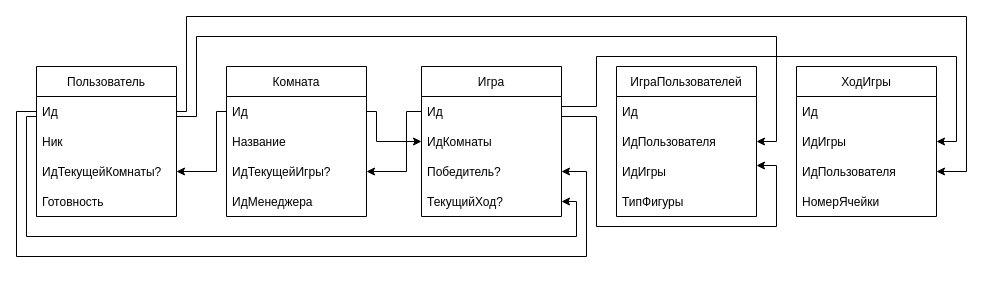
Earlier version of the draw.io diagram XOgame.drawio (chuvakov/Xogame). Source tidied: cells renumbered, new cells numbered last; positions are measured from the earlier drawing's top-left corner, leaving out a move shared by most shapes. Both pictures are drawn from the tidied source at 100%, with x=0, y=0 at pixel (16, 16).
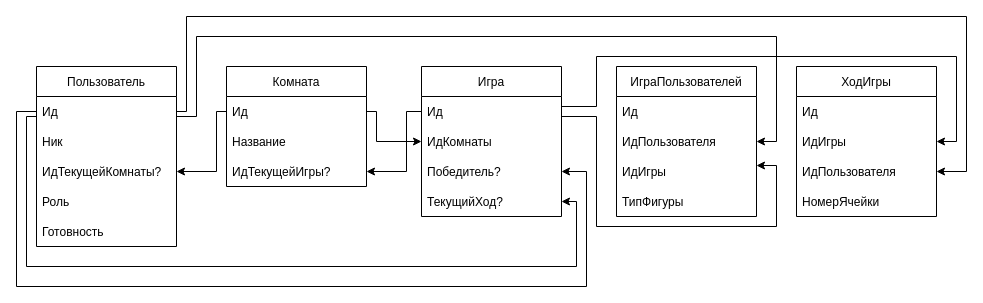
After the change.

The change refers to these unchanged cells:
```xml
<mxCell id="3" value="Ид" style="text;strokeColor=none;fillColor=none;align=left;verticalAlign=middle;spacingLeft=4;spacingRight=4;overflow=hidden;points=[[0,0.5],[1,0.5]];portConstraint=eastwest;" parent="2" vertex="1">
  <mxGeometry y="30" width="140" height="30" as="geometry" />
</mxCell>
<mxCell id="15" value="Победитель?" style="text;strokeColor=none;fillColor=none;align=left;verticalAlign=middle;spacingLeft=4;spacingRight=4;overflow=hidden;points=[[0,0.5],[1,0.5]];portConstraint=eastwest;" parent="12" vertex="1">
  <mxGeometry y="90" width="140" height="30" as="geometry" />
</mxCell>
<mxCell id="16" value="ТекущийХод?" style="text;strokeColor=none;fillColor=none;align=left;verticalAlign=middle;spacingLeft=4;spacingRight=4;overflow=hidden;points=[[0,0.5],[1,0.5]];portConstraint=eastwest;" parent="12" vertex="1">
  <mxGeometry y="120" width="140" height="30" as="geometry" />
</mxCell>
```

What changed in the source:
```diff
@@
     <mxCell id="2" value="Пользователь" style="swimlane;fontStyle=0;horizontal=1;startSize=30;" parent="1" vertex="1">
-      <mxGeometry x="20" y="50" width="140" height="150" as="geometry" />
+      <mxGeometry x="20" y="50" width="140" height="180" as="geometry" />
     </mxCell>
@@
-    <mxCell id="6" value="Готовность" style="text;strokeColor=none;fillColor=none;align=left;verticalAlign=middle;spacingLeft=4;spacingRight=4;overflow=hidden;" parent="2" vertex="1">
+    <mxCell id="6" value="Роль" style="text;strokeColor=none;fillColor=none;align=left;verticalAlign=middle;spacingLeft=4;spacingRight=4;overflow=hidden;" parent="2" vertex="1">
       <mxGeometry y="120" width="140" height="30" as="geometry" />
     </mxCell>
+    <mxCell id="36" value="Готовность" style="text;strokeColor=none;fillColor=none;align=left;verticalAlign=middle;spacingLeft=4;spacingRight=4;overflow=hidden;" parent="2" vertex="1">
+      <mxGeometry y="150" width="140" height="30" as="geometry" />
+    </mxCell>
     <mxCell id="7" value="Комната" style="swimlane;fontStyle=0;horizontal=1;startSize=30;" parent="1" vertex="1">
-      <mxGeometry x="210" y="50" width="140" height="150" as="geometry" />
+      <mxGeometry x="210" y="50" width="140" height="120" as="geometry" />
     </mxCell>
@@
-    <mxCell id="11" value="ИдМенеджера" style="text;strokeColor=none;fillColor=none;align=left;verticalAlign=middle;spacingLeft=4;spacingRight=4;overflow=hidden;" parent="7" vertex="1">
-      <mxGeometry y="120" width="140" height="30" as="geometry" />
-    </mxCell>
@@
     <mxCell id="33" style="edgeStyle=orthogonalEdgeStyle;rounded=0;jettySize=auto;html=1;exitX=0;exitY=0.5;exitDx=0;exitDy=0;entryX=1;entryY=0.5;entryDx=0;entryDy=0;" parent="1" edge="1" source="3" target="16">
       <mxGeometry relative="1" as="geometry">
         <Array as="points">
           <mxPoint x="20" y="100" />
           <mxPoint x="10" y="100" />
-          <mxPoint x="10" y="220" />
-          <mxPoint x="560" y="220" />
+          <mxPoint x="10" y="250" />
+          <mxPoint x="560" y="250" />
           <mxPoint x="560" y="185" />
         </Array>
       </mxGeometry>
     </mxCell>
     <mxCell id="34" style="edgeStyle=orthogonalEdgeStyle;rounded=0;jettySize=auto;html=1;exitX=0;exitY=0.5;exitDx=0;exitDy=0;entryX=1;entryY=0.5;entryDx=0;entryDy=0;" parent="1" edge="1" source="3" target="15">
       <mxGeometry relative="1" as="geometry">
         <Array as="points">
           <mxPoint y="95" />
-          <mxPoint y="240" />
-          <mxPoint x="570" y="240" />
+          <mxPoint y="270" />
+          <mxPoint x="570" y="270" />
           <mxPoint x="570" y="155" />
         </Array>
       </mxGeometry>
     </mxCell>
```
